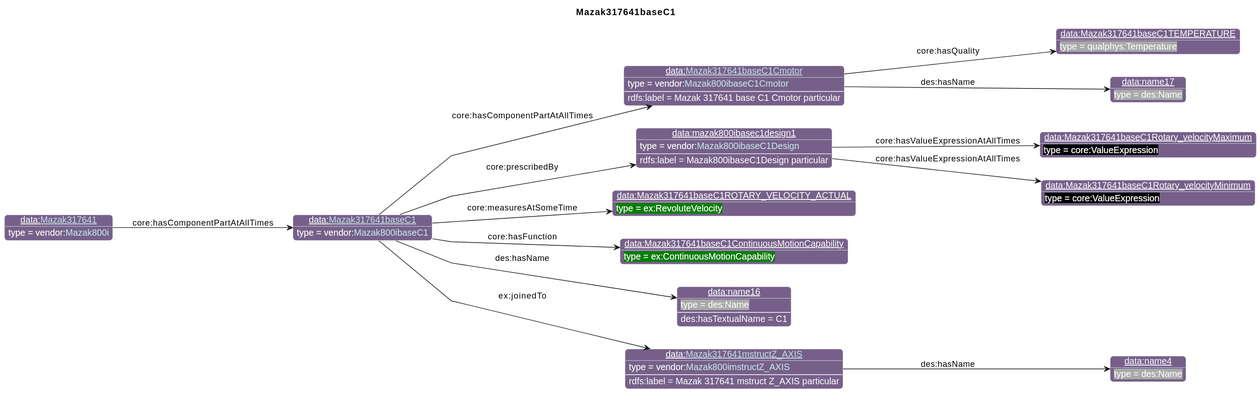
The PlantUML diagram diagrams/Mazak317641baseC1.svg in iofoundry/example-syseng-mtconnect, before a commit. Its diagram source:
```plantuml
@startuml
!include ../iof.iuml

<style>
object {
  HyperlinkColor #C4E1E6
}
</style>

left to right direction
skinparam linetype polyline
title Mazak317641baseC1

!$default_direction = down

!$namespace_colors = { "bfo":"DFA702",
                      "iof":"1E90FF",
                      "ns":"Green",
                      "ns1":"76608A",
                      "core":"000000",
                      "ex":"Green",
                      "data":"76608A",
                      "vendor":"76608A",
                      "units":"8A2D3B",
                      "cmns-dsg":"3A0519",
                      "qp":"641B2E"
      }
individual(o0, data:[[./Mazak317641baseC1.html Mazak317641baseC1]], vendor:[[../Mazak.html#Mazak800ibaseC1 Mazak800ibaseC1]])
individual(o1, data:[[./Mazak317641baseC1Cmotor.html Mazak317641baseC1Cmotor]], vendor:[[../Mazak.html#Mazak800ibaseC1Cmotor Mazak800ibaseC1Cmotor]])
individual(o2, data:Mazak317641baseC1TEMPERATURE, qualphys:Temperature)
individual(o3, data:name17, des:Name)
individual(o4, data:mazak800ibasec1design1, vendor:[[../Mazak.html#Mazak800ibaseC1Design Mazak800ibaseC1Design]])
individual(o5, data:Mazak317641baseC1Rotary_velocityMaximum, core:ValueExpression)
individual(o6, data:Mazak317641baseC1Rotary_velocityMinimum, core:ValueExpression)
individual(o7, data:Mazak317641baseC1ROTARY_VELOCITY_ACTUAL, ex:RevoluteVelocity)
individual(o8, data:Mazak317641baseC1ContinuousMotionCapability, ex:ContinuousMotionCapability)
individual(o9, data:name16, des:Name)
individual(o10, data:[[./Mazak317641mstructZ_AXIS.html Mazak317641mstructZ_AXIS]], vendor:[[../Mazak.html#Mazak800imstructZ_AXIS Mazak800imstructZ_AXIS]])
individual(o11, data:name4, des:Name)
individual(o12, data:[[./Mazak317641.html Mazak317641]], vendor:[[../Mazak.html#Mazak800i Mazak800i]])
property(o0, "core:hasComponentPartAtAllTimes", o1)
data(o1, "rdfs:label", "Mazak 317641 base C1 Cmotor particular")
property(o1, "core:hasQuality", o2)
property(o1, "des:hasName", o3)
property(o0, "core:prescribedBy", o4)
data(o4, "rdfs:label", "Mazak800ibaseC1Design particular")
property(o4, "core:hasValueExpressionAtAllTimes", o5)
property(o4, "core:hasValueExpressionAtAllTimes", o6)
property(o0, "core:measuresAtSomeTime", o7)
property(o0, "core:hasFunction", o8)
property(o0, "des:hasName", o9)
data(o9, "des:hasTextualName", "C1")
property(o0, "ex:joinedTo", o10)
data(o10, "rdfs:label", "Mazak 317641 mstruct Z_AXIS particular")
property(o10, "des:hasName", o11)
property(o12, "core:hasComponentPartAtAllTimes", o0)
@enduml
```
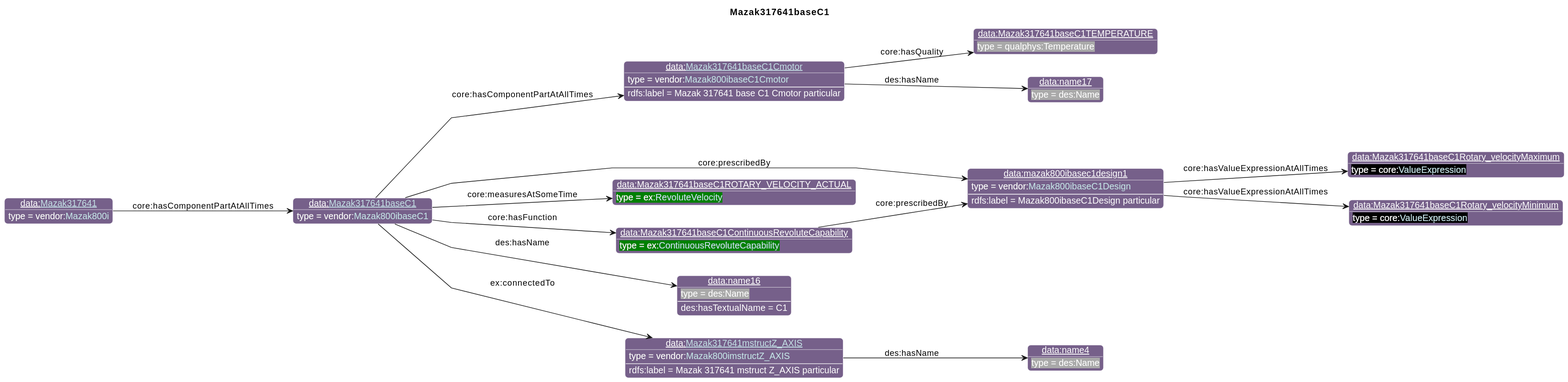
The same file after the commit.

What changed in the source:
```diff
@@ -30,10 +30,10 @@
 individual(o2, data:Mazak317641baseC1TEMPERATURE, qualphys:Temperature)
 individual(o3, data:name17, des:Name)
 individual(o4, data:mazak800ibasec1design1, vendor:[[../Mazak.html#Mazak800ibaseC1Design Mazak800ibaseC1Design]])
-individual(o5, data:Mazak317641baseC1Rotary_velocityMaximum, core:ValueExpression)
-individual(o6, data:Mazak317641baseC1Rotary_velocityMinimum, core:ValueExpression)
-individual(o7, data:Mazak317641baseC1ROTARY_VELOCITY_ACTUAL, ex:RevoluteVelocity)
-individual(o8, data:Mazak317641baseC1ContinuousMotionCapability, ex:ContinuousMotionCapability)
+individual(o5, data:Mazak317641baseC1Rotary_velocityMaximum, core:[[https://spec.industrialontologies.org/ontology/core/Core/ValueExpression ValueExpression]])
+individual(o6, data:Mazak317641baseC1Rotary_velocityMinimum, core:[[https://spec.industrialontologies.org/ontology/core/Core/ValueExpression ValueExpression]])
+individual(o7, data:Mazak317641baseC1ROTARY_VELOCITY_ACTUAL, ex:[[../Example.html#RevoluteVelocity RevoluteVelocity]])
+individual(o8, data:Mazak317641baseC1ContinuousRevoluteCapability, ex:[[../Example.html#ContinuousRevoluteCapability ContinuousRevoluteCapability]])
 individual(o9, data:name16, des:Name)
 individual(o10, data:[[./Mazak317641mstructZ_AXIS.html Mazak317641mstructZ_AXIS]], vendor:[[../Mazak.html#Mazak800imstructZ_AXIS Mazak800imstructZ_AXIS]])
 individual(o11, data:name4, des:Name)
@@ -48,9 +48,10 @@
 property(o4, "core:hasValueExpressionAtAllTimes", o6)
 property(o0, "core:measuresAtSomeTime", o7)
 property(o0, "core:hasFunction", o8)
+property(o8, "core:prescribedBy", o4)
 property(o0, "des:hasName", o9)
 data(o9, "des:hasTextualName", "C1")
-property(o0, "ex:joinedTo", o10)
+property(o0, "ex:connectedTo", o10)
 data(o10, "rdfs:label", "Mazak 317641 mstruct Z_AXIS particular")
 property(o10, "des:hasName", o11)
 property(o12, "core:hasComponentPartAtAllTimes", o0)
```
